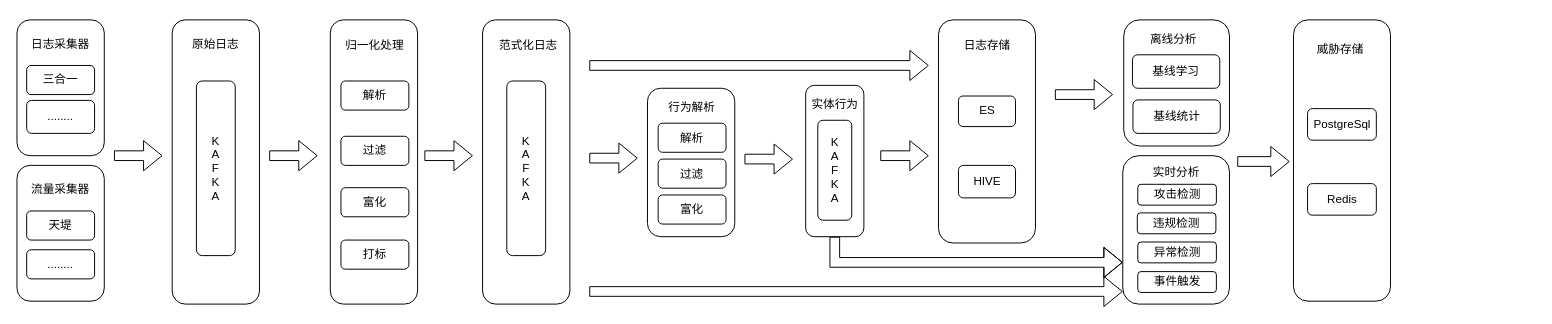
This is 数据流.drawio from Rocks526/picture-repository, a draw.io file, before an edit. Source tidied: cells renumbered, new cells numbered last; positions are measured from the earlier drawing's top-left corner, leaving out a move shared by most shapes. Both pictures are drawn from the tidied source at 97%, with x=0, y=0 at pixel (16, 19).
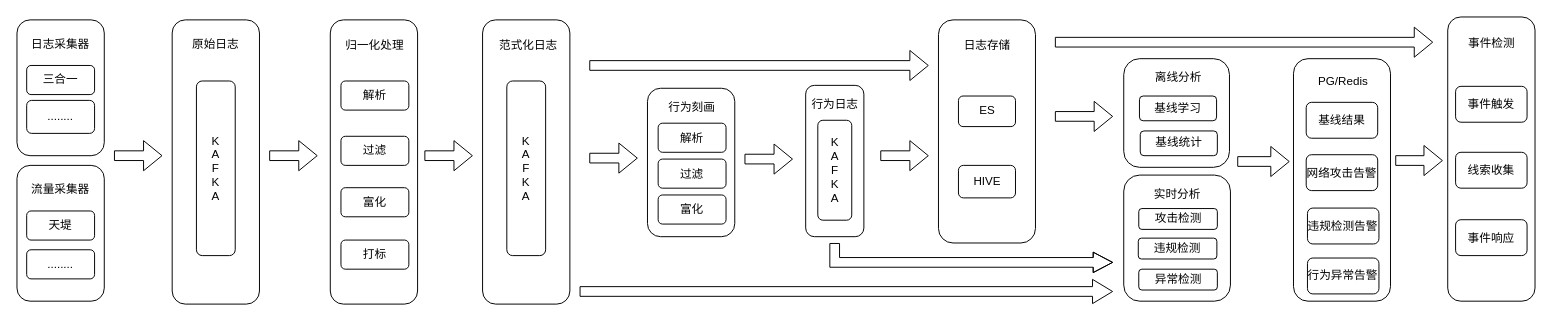
The same diagram, later.

Commit message:
更新数据流.drawio

The change refers to these unchanged cells:
```xml
<mxCell id="38" style="rounded=1;whiteSpace=wrap;html=1;" parent="1" vertex="1">
  <mxGeometry x="813.1" y="67.5" width="60" height="156" as="geometry" />
</mxCell>
```

Change to the diagram source:
```diff
@@
-    <mxCell id="2" style="rounded=1;whiteSpace=wrap;html=1;" parent="1" vertex="1">
-      <mxGeometry x="1331.9" y="40" width="74.1" height="240" as="geometry" />
-    </mxCell>
@@
-    <mxCell id="33" value="行为解析" style="text;html=1;strokeColor=none;fillColor=none;align=center;verticalAlign=middle;whiteSpace=wrap;rounded=0;" parent="1" vertex="1">
+    <mxCell id="33" value="行为刻画" style="text;html=1;strokeColor=none;fillColor=none;align=center;verticalAlign=middle;whiteSpace=wrap;rounded=0;" parent="1" vertex="1">
       <mxGeometry x="665" y="73.5" width="62" height="33" as="geometry" />
     </mxCell>
@@
-    <mxCell id="39" value="实体行为" style="text;html=1;strokeColor=none;fillColor=none;align=center;verticalAlign=middle;whiteSpace=wrap;rounded=0;" parent="1" vertex="1">
+    <mxCell id="39" value="行为日志" style="text;html=1;strokeColor=none;fillColor=none;align=center;verticalAlign=middle;whiteSpace=wrap;rounded=0;" parent="1" vertex="1">
       <mxGeometry x="810.6" y="70.5" width="65" height="33" as="geometry" />
     </mxCell>
@@
-    <mxCell id="42" style="shape=flexArrow;endArrow=classic;html=1;rounded=0;" parent="1" edge="1">
+    <mxCell id="42" style="shape=flexArrow;endArrow=classic;html=1;rounded=0;endWidth=14;endSize=6.56;" parent="1" edge="1">
       <mxGeometry relative="1" as="geometry">
-        <mxPoint x="590" y="280" as="sourcePoint" />
-        <mxPoint x="1140" y="280" as="targetPoint" />
+        <mxPoint x="580" y="280" as="sourcePoint" />
+        <mxPoint x="1130" y="280" as="targetPoint" />
       </mxGeometry>
     </mxCell>
-    <mxCell id="43" style="shape=flexArrow;endArrow=classic;html=1;rounded=0;exitX=0.5;exitY=1;exitDx=0;exitDy=0;edgeStyle=orthogonalEdgeStyle;" parent="1" edge="1" source="38">
+    <mxCell id="43" style="shape=flexArrow;endArrow=classic;html=1;rounded=0;edgeStyle=orthogonalEdgeStyle;endWidth=10;endSize=6.33;" parent="1" edge="1">
       <mxGeometry relative="1" as="geometry">
-        <mxPoint x="1140" y="250" as="targetPoint" />
+        <mxPoint x="843" y="230" as="sourcePoint" />
+        <mxPoint x="1130" y="250" as="targetPoint" />
         <Array as="points">
           <mxPoint x="843" y="250" />
         </Array>
       </mxGeometry>
     </mxCell>
     <mxCell id="44" style="rounded=1;whiteSpace=wrap;html=1;" parent="1" vertex="1">
-      <mxGeometry x="1141" width="109" height="130" as="geometry" />
+      <mxGeometry x="1141" y="40" width="109" height="112" as="geometry" />
     </mxCell>
     <mxCell id="45" style="shape=flexArrow;endArrow=classic;html=1;rounded=0;" parent="1" edge="1">
       <mxGeometry relative="1" as="geometry">
-        <mxPoint x="1070" y="77" as="sourcePoint" />
-        <mxPoint x="1130" y="77" as="targetPoint" />
+        <mxPoint x="1070" y="99.5" as="sourcePoint" />
+        <mxPoint x="1130" y="99.5" as="targetPoint" />
       </mxGeometry>
     </mxCell>
     <mxCell id="46" style="rounded=1;whiteSpace=wrap;html=1;" parent="1" vertex="1">
-      <mxGeometry x="1316" width="100" height="290" as="geometry" />
+      <mxGeometry x="1316" y="40" width="100" height="250" as="geometry" />
     </mxCell>
-    <mxCell id="47" value="威胁存储" style="text;html=1;strokeColor=none;fillColor=none;align=center;verticalAlign=middle;whiteSpace=wrap;rounded=0;" parent="1" vertex="1">
-      <mxGeometry x="1331.9" y="14" width="65" height="33" as="geometry" />
+    <mxCell id="47" value="PG/Redis" style="text;html=1;strokeColor=none;fillColor=none;align=center;verticalAlign=middle;whiteSpace=wrap;rounded=0;" parent="1" vertex="1">
+      <mxGeometry x="1334.8" y="47" width="65" height="33" as="geometry" />
     </mxCell>
@@
     <mxCell id="49" value="离线分析" style="text;html=1;strokeColor=none;fillColor=none;align=center;verticalAlign=middle;whiteSpace=wrap;rounded=0;" parent="1" vertex="1">
-      <mxGeometry x="1159.9" y="3" width="65" height="33" as="geometry" />
+      <mxGeometry x="1165.2" y="43" width="65" height="33" as="geometry" />
     </mxCell>
-    <mxCell id="50" value="基线学习" style="rounded=1;whiteSpace=wrap;html=1;" parent="1" vertex="1">
-      <mxGeometry x="1150" y="36" width="90" height="34.5" as="geometry" />
-    </mxCell>
     <mxCell id="51" value="基线统计" style="rounded=1;whiteSpace=wrap;html=1;" parent="1" vertex="1">
-      <mxGeometry x="1150.5" y="82.5" width="90" height="34.5" as="geometry" />
+      <mxGeometry x="1158" y="114.5" width="79.5" height="25.5" as="geometry" />
     </mxCell>
     <mxCell id="52" style="rounded=1;whiteSpace=wrap;html=1;" parent="1" vertex="1">
-      <mxGeometry x="1140" y="140" width="110" height="153" as="geometry" />
+      <mxGeometry x="1141" y="160" width="110" height="130" as="geometry" />
     </mxCell>
     <mxCell id="53" value="实时分析" style="text;html=1;strokeColor=none;fillColor=none;align=center;verticalAlign=middle;whiteSpace=wrap;rounded=0;" parent="1" vertex="1">
-      <mxGeometry x="1162.5" y="140.5" width="65" height="33" as="geometry" />
+      <mxGeometry x="1163.5" y="163.5" width="65" height="33" as="geometry" />
     </mxCell>
     <mxCell id="54" value="攻击检测" style="rounded=1;whiteSpace=wrap;html=1;" parent="1" vertex="1">
-      <mxGeometry x="1155.5" y="169.5" width="81" height="21.5" as="geometry" />
+      <mxGeometry x="1156.5" y="194.5" width="81" height="21.5" as="geometry" />
     </mxCell>
     <mxCell id="55" value="违规检测" style="rounded=1;whiteSpace=wrap;html=1;" parent="1" vertex="1">
-      <mxGeometry x="1155" y="199" width="81" height="21.5" as="geometry" />
+      <mxGeometry x="1156" y="225" width="81" height="21.5" as="geometry" />
     </mxCell>
     <mxCell id="56" value="异常检测" style="rounded=1;whiteSpace=wrap;html=1;" parent="1" vertex="1">
-      <mxGeometry x="1155.5" y="229" width="81" height="21.5" as="geometry" />
+      <mxGeometry x="1156.5" y="257" width="81" height="21.5" as="geometry" />
     </mxCell>
+    <mxCell id="50" value="基线学习" style="rounded=1;whiteSpace=wrap;html=1;" parent="1" vertex="1">
+      <mxGeometry x="1157.2" y="78.5" width="79.5" height="25.5" as="geometry" />
+    </mxCell>
+    <mxCell id="60" value="基线结果" style="rounded=1;whiteSpace=wrap;html=1;" parent="1" vertex="1">
+      <mxGeometry x="1329.1" y="85" width="73.7" height="37" as="geometry" />
+    </mxCell>
+    <mxCell id="61" value="网络攻击告警" style="rounded=1;whiteSpace=wrap;html=1;" parent="1" vertex="1">
+      <mxGeometry x="1329.1" y="139" width="73.7" height="37" as="geometry" />
+    </mxCell>
+    <mxCell id="62" value="违规检测告警" style="rounded=1;whiteSpace=wrap;html=1;" parent="1" vertex="1">
+      <mxGeometry x="1330.4" y="194" width="73.7" height="37" as="geometry" />
+    </mxCell>
+    <mxCell id="63" value="行为异常告警" style="rounded=1;whiteSpace=wrap;html=1;" parent="1" vertex="1">
+      <mxGeometry x="1330.4" y="245.5" width="73.7" height="37" as="geometry" />
+    </mxCell>
+    <mxCell id="64" style="rounded=1;whiteSpace=wrap;html=1;" parent="1" vertex="1">
+      <mxGeometry x="1475" y="-3" width="90" height="293" as="geometry" />
+    </mxCell>
+    <mxCell id="65" value="事件检测" style="text;html=1;strokeColor=none;fillColor=none;align=center;verticalAlign=middle;whiteSpace=wrap;rounded=0;" parent="1" vertex="1">
+      <mxGeometry x="1487.5" y="7" width="65" height="33" as="geometry" />
+    </mxCell>
+    <mxCell id="66" style="shape=flexArrow;endArrow=classic;html=1;rounded=0;" parent="1" edge="1">
+      <mxGeometry relative="1" as="geometry">
+        <mxPoint x="1070" y="23" as="sourcePoint" />
+        <mxPoint x="1460" y="23" as="targetPoint" />
+      </mxGeometry>
+    </mxCell>
+    <mxCell id="67" style="shape=flexArrow;endArrow=classic;html=1;rounded=0;" parent="1" edge="1">
+      <mxGeometry relative="1" as="geometry">
+        <mxPoint x="1420.9" y="145" as="sourcePoint" />
+        <mxPoint x="1470" y="145" as="targetPoint" />
+      </mxGeometry>
+    </mxCell>
     <mxCell id="57" value="事件触发" style="rounded=1;whiteSpace=wrap;html=1;" parent="1" vertex="1">
-      <mxGeometry x="1155.5" y="259.5" width="81" height="21.5" as="geometry" />
+      <mxGeometry x="1483.1" y="68.5" width="73.7" height="37" as="geometry" />
     </mxCell>
-    <mxCell id="58" value="PostgreSql" style="rounded=1;whiteSpace=wrap;html=1;" parent="1" vertex="1">
-      <mxGeometry x="1330.5" y="91.5" width="70.9" height="32.5" as="geometry" />
-    </mxCell>
-    <mxCell id="59" value="Redis" style="rounded=1;whiteSpace=wrap;html=1;" parent="1" vertex="1">
-      <mxGeometry x="1330.5" y="168.8" width="70.9" height="32.5" as="geometry" />
-    </mxCell>
+    <mxCell id="68" value="线索收集" style="rounded=1;whiteSpace=wrap;html=1;" parent="1" vertex="1">
+      <mxGeometry x="1483.1" y="136.5" width="73.7" height="37" as="geometry" />
+    </mxCell>
+    <mxCell id="69" value="事件响应" style="rounded=1;whiteSpace=wrap;html=1;" parent="1" vertex="1">
+      <mxGeometry x="1483.1" y="206" width="73.7" height="37" as="geometry" />
+    </mxCell>
```
